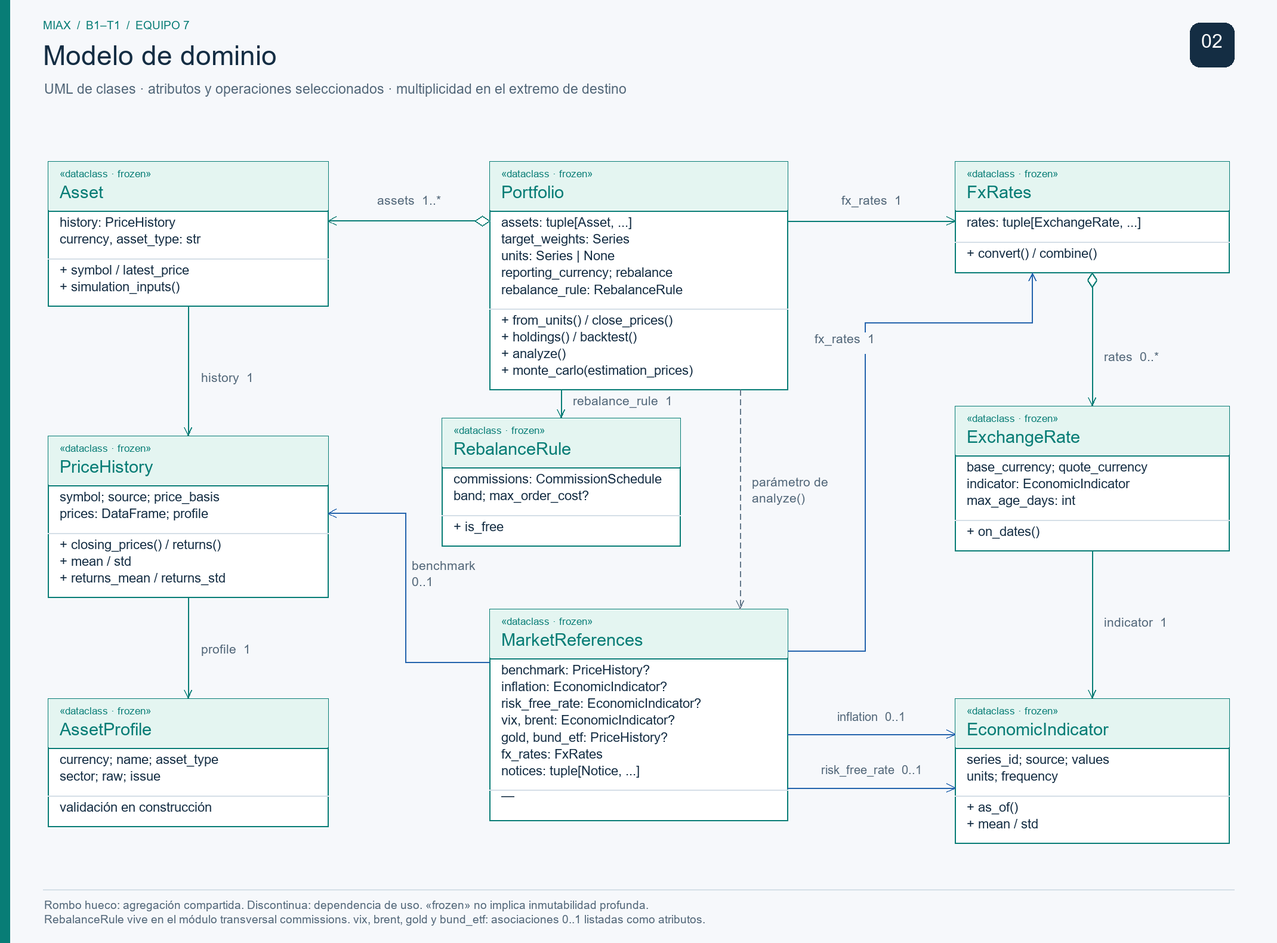
Before: diagramas/02-modelos-dominio.png, a diagram exported from Mermaid (Diegopasfer1909/tallerb1-t1-equipo7). Its source is kept beside it as diagramas/02-modelos-dominio.mmd. Its diagram source:
```mermaid
classDiagram
    direction LR
    accTitle: B1-T1 · Modelo de dominio
    accDescr: Clases de cartera, precios, ficha y referencias con asociaciones y agregaciones compartidas.
    class Portfolio {
        <<frozen dataclass>>
        +target_weights : Series
        +units : Series | None
        +initial_capital : float
        +rebalance : Rebalance
        +rebalance_rule : RebalanceRule
        +reporting_currency : str
        +/fixed_units : bool
        -_cache : dict
        +from_units(assets, units, rebalance, rebalance_rule)$ Portfolio
        +close_prices() DataFrame
        +position_values() DataFrame
        +holdings() DataFrame
        +backtest() BacktestResult
        +rebalance_trades() DataFrame
        +analyze(references) PortfolioAnalysis
        +monte_carlo(settings, estimation_prices) SimulationResult
    }
    class Asset {
        <<frozen dataclass>>
        +currency : str
        +asset_type : AssetType
        +/symbol : str
        +/latest_price : float
        +simulation_inputs() SimulationInputs
    }
    class PriceHistory {
        <<frozen dataclass>>
        +symbol : str
        +source : str
        +price_basis : PriceBasis
        +/prices : DataFrame
        +/mean : Series
        +/std : Series
        +/returns_mean : Series
        +/returns_std : Series
        +closing_prices() Series
        +returns() Series
    }
    class AssetProfile {
        <<frozen dataclass>>
        +currency : str?
        +name : str?
        +asset_type : AssetType
        +sector : str?
        +raw : dict
        +issue : str?
    }
    class FxRates {
        <<frozen dataclass>>
        +convert(prices, source, target) Series
        +combine(other) FxRates
    }
    class ExchangeRate {
        <<frozen dataclass>>
        +base_currency : str
        +quote_currency : str
        +max_age_days : int
        +on_dates(dates) Series
    }
    class EconomicIndicator {
        <<frozen dataclass>>
        +series_id : str
        +source : str
        +values : Series
        +units : str
        +frequency : str
        +as_of(dates, max_age_days) Series
    }
    class MarketReferences {
        <<frozen dataclass>>
        +benchmark : PriceHistory?
        +inflation : EconomicIndicator?
        +risk_free_rate : EconomicIndicator?
        +vix : EconomicIndicator?
        +brent : EconomicIndicator?
        +gold : PriceHistory?
        +bund_etf : PriceHistory?
        +fx_rates : FxRates
    }
    class RebalanceRule {
        <<frozen dataclass · commissions>>
        +commissions : CommissionSchedule
        +band : float
        +max_order_cost : float?
        +/is_free : bool
    }
    class CommissionSchedule {
        <<frozen dataclass · commissions>>
        +rate : float
        +fixed : float
        +minimum : float
        +maximum : float?
        +name : str
    }
    class BacktestResult {
        <<frozen dataclass>>
        +positions : DataFrame
        +trades : DataFrame
        +rebalance_dates : DatetimeIndex
        +skipped_orders : int
        +/total_commissions : float
    }
    class Notice {
        <<frozen dataclass>>
        +message : str
        +kind : NoticeKind
    }
    Portfolio "0..*" o-- "1..*" Asset : assets
    Asset "0..*" --> "1" PriceHistory : history
    PriceHistory "0..*" --> "1" AssetProfile : profile
    Portfolio "0..*" --> "1" FxRates : fx_rates
    Portfolio "0..*" --> "1" RebalanceRule : rebalance_rule
    RebalanceRule "0..*" --> "1" CommissionSchedule : commissions
    Portfolio ..> BacktestResult : backtest() crea
    FxRates "0..*" o-- "0..*" ExchangeRate : rates
    ExchangeRate "0..*" --> "1" EconomicIndicator : indicator
    MarketReferences "0..*" --> "0..1" PriceHistory : benchmark
    MarketReferences "0..*" --> "0..1" EconomicIndicator : inflation
    MarketReferences "0..*" --> "0..1" EconomicIndicator : risk_free_rate
    MarketReferences "0..*" --> "0..1" EconomicIndicator : vix
    MarketReferences "0..*" --> "0..1" EconomicIndicator : brent
    MarketReferences "0..*" --> "0..1" PriceHistory : gold
    MarketReferences "0..*" --> "0..1" PriceHistory : bund_etf
    MarketReferences "0..*" --> "1" FxRates : fx_rates
    MarketReferences "0..*" o-- "0..*" Notice : notices
    Portfolio ..> MarketReferences : analyze() recibe
    note for PriceHistory "prices y los estadísticos devuelven copias.\nmean / std: niveles de precio.\nreturns_mean / returns_std: rentabilidades.\nSe conserva OHLCV y la procedencia."
    note for Portfolio "Fechas comunes, sin rellenar precios.\nValoración y backtest guardados por columna en _cache.\nCon units y sin rebalanceo, las acciones no cambian."
    note for MarketReferences "Los FX adicionales permiten comparar\nun benchmark de otra divisa."
    note for RebalanceRule "Banda de desviación y coste máximo por orden.\nSolo se aplica con rebalanceo mensual."
```
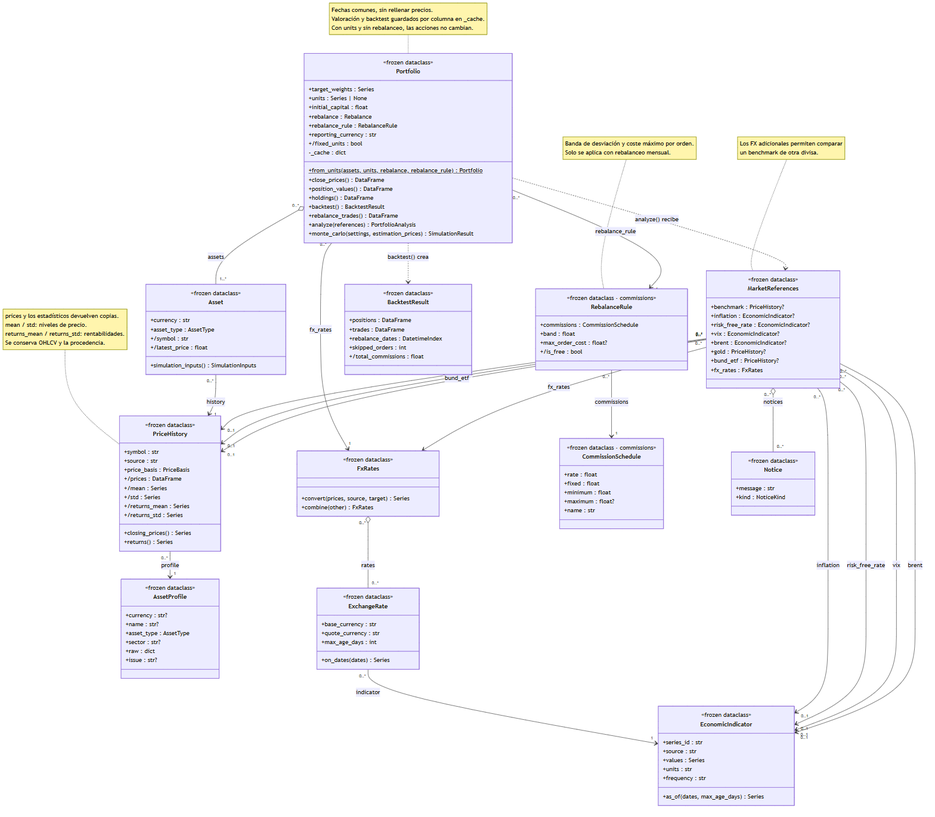
The same file after the commit.

The edit, as a diff of the source:
```diff
@@ -1,5 +1,5 @@
 classDiagram
-    direction LR
+    direction TB
     accTitle: B1-T1 · Modelo de dominio
     accDescr: Clases de cartera, precios, ficha y referencias con asociaciones y agregaciones compartidas.
     class Portfolio {
@@ -130,7 +130,7 @@
     MarketReferences "0..*" --> "1" FxRates : fx_rates
     MarketReferences "0..*" o-- "0..*" Notice : notices
     Portfolio ..> MarketReferences : analyze() recibe
-    note for PriceHistory "prices y los estadísticos devuelven copias.\nmean / std: niveles de precio.\nreturns_mean / returns_std: rentabilidades.\nSe conserva OHLCV y la procedencia."
-    note for Portfolio "Fechas comunes, sin rellenar precios.\nValoración y backtest guardados por columna en _cache.\nCon units y sin rebalanceo, las acciones no cambian."
-    note for MarketReferences "Los FX adicionales permiten comparar\nun benchmark de otra divisa."
-    note for RebalanceRule "Banda de desviación y coste máximo por orden.\nSolo se aplica con rebalanceo mensual."
+    note for PriceHistory "prices y los estadísticos devuelven copias.<br>mean / std: niveles de precio.<br>returns_mean / returns_std: rentabilidades.<br>Se conserva OHLCV y la procedencia."
+    note for Portfolio "Fechas comunes, sin rellenar precios.<br>Valoración y backtest guardados por columna en _cache.<br>Con units y sin rebalanceo, las acciones no cambian."
+    note for MarketReferences "Los FX adicionales permiten comparar<br>un benchmark de otra divisa."
+    note for RebalanceRule "Banda de desviación y coste máximo por orden.<br>Solo se aplica con rebalanceo mensual."
```
